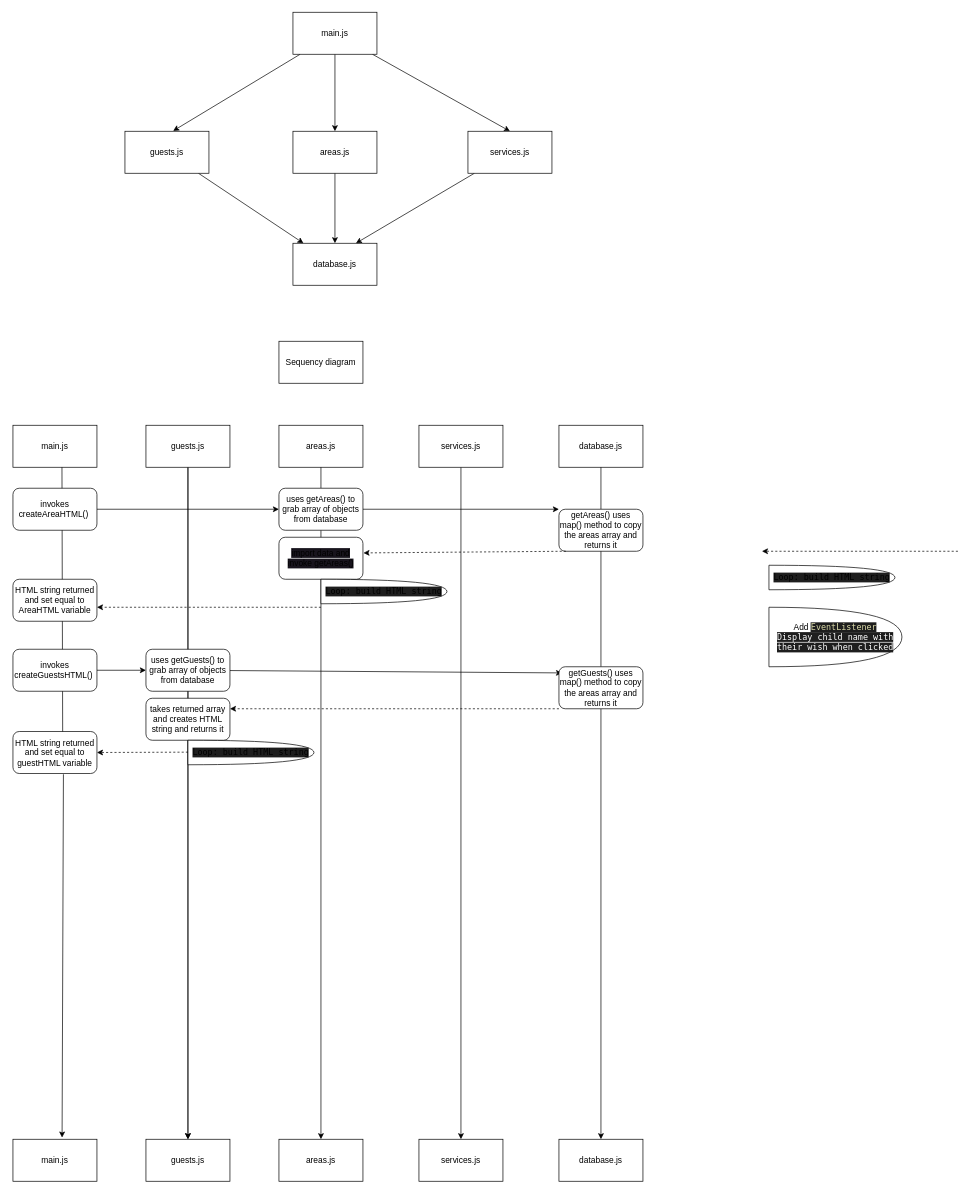
Earlier version of the draw.io diagram diagrams/sequencediagram.drawio (SeyunChung/Cider-Falls). Source tidied: cells renumbered, new cells numbered last; positions are measured from the earlier drawing's top-left corner, leaving out a move shared by most shapes. Both pictures are drawn from the tidied source at 70%, with x=0, y=0 at pixel (13, 12).
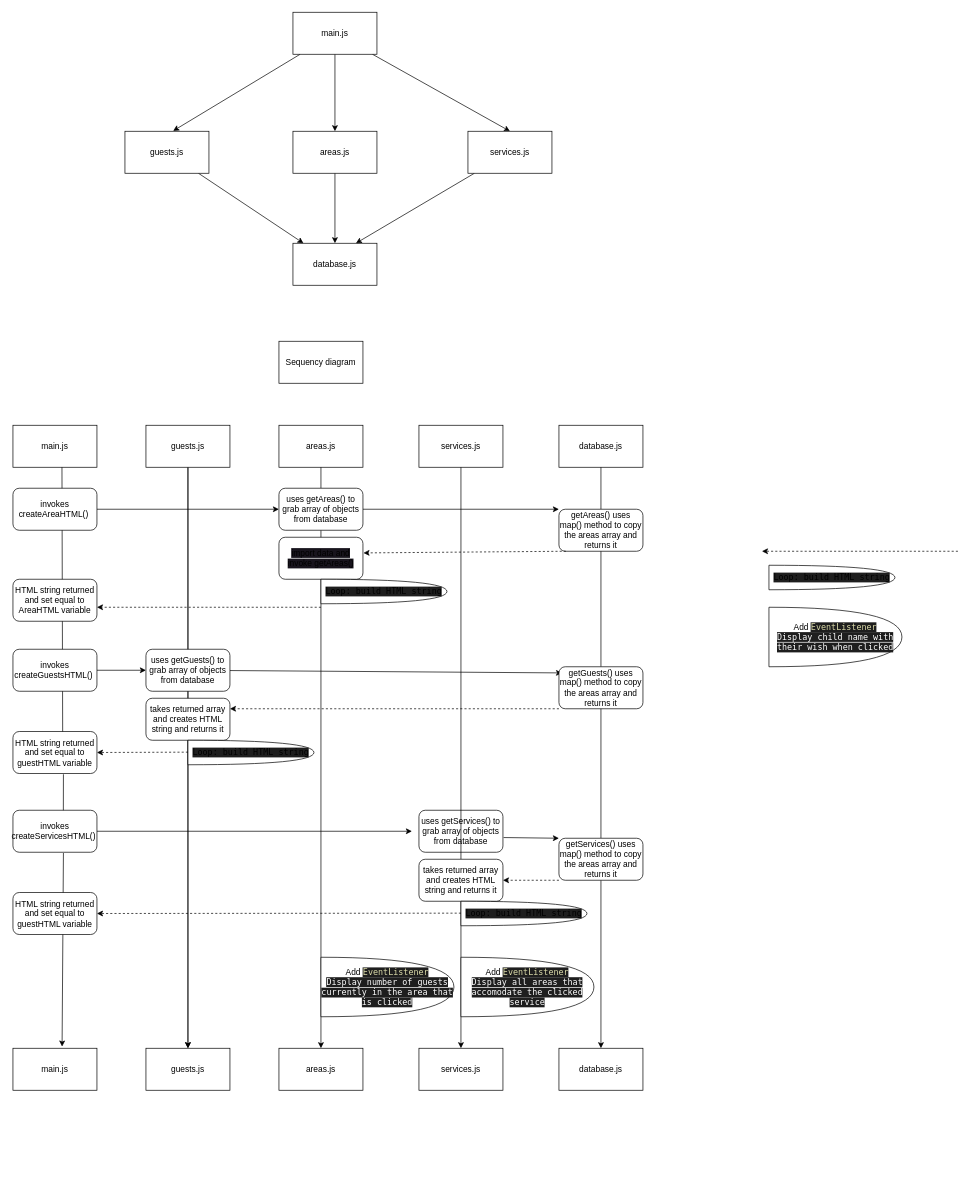
Above is the later version.

Commit message (it also covers changes not shown here):
updated database module and diagram

Unchanged cells that the change refers to:
```xml
<mxCell id="20" value="services.js" style="rounded=0;whiteSpace=wrap;html=1;" parent="1" vertex="1">
  <mxGeometry x="580" y="590" width="120" height="60" as="geometry" />
</mxCell>
<mxCell id="45" value="getGuests() uses map() method to copy the areas array and returns it" style="rounded=1;whiteSpace=wrap;html=1;" parent="1" vertex="1">
  <mxGeometry x="780" y="935" width="120" height="60" as="geometry" />
</mxCell>
<mxCell id="51" value="HTML string returned and set equal to guestHTML variable" style="rounded=1;whiteSpace=wrap;html=1;" parent="1" vertex="1">
  <mxGeometry y="1027.5" width="120" height="60" as="geometry" />
</mxCell>
```

Diff of the diagram source:
```diff
@@
-    <mxCell id="19" style="edgeStyle=none;html=1;" parent="1" edge="1" source="20" target="24">
+    <mxCell id="19" style="edgeStyle=none;html=1;startArrow=none;" parent="1" edge="1" source="65" target="24">
       <mxGeometry relative="1" as="geometry" />
     </mxCell>
@@
     <mxCell id="21" value="guests.js" style="rounded=0;whiteSpace=wrap;html=1;" parent="1" vertex="1">
-      <mxGeometry x="190" y="1610" width="120" height="60" as="geometry" />
+      <mxGeometry x="190" y="1480" width="120" height="60" as="geometry" />
     </mxCell>
     <mxCell id="22" value="main.js" style="rounded=0;whiteSpace=wrap;html=1;" parent="1" vertex="1">
-      <mxGeometry y="1610" width="120" height="60" as="geometry" />
+      <mxGeometry y="1480" width="120" height="60" as="geometry" />
     </mxCell>
     <mxCell id="23" value="areas.js" style="rounded=0;whiteSpace=wrap;html=1;" parent="1" vertex="1">
-      <mxGeometry x="380" y="1610" width="120" height="60" as="geometry" />
+      <mxGeometry x="380" y="1480" width="120" height="60" as="geometry" />
     </mxCell>
     <mxCell id="24" value="services.js" style="rounded=0;whiteSpace=wrap;html=1;" parent="1" vertex="1">
-      <mxGeometry x="580" y="1610" width="120" height="60" as="geometry" />
+      <mxGeometry x="580" y="1480" width="120" height="60" as="geometry" />
     </mxCell>
     <mxCell id="25" value="database.js" style="rounded=0;whiteSpace=wrap;html=1;" parent="1" vertex="1">
-      <mxGeometry x="780" y="1610" width="120" height="60" as="geometry" />
+      <mxGeometry x="780" y="1480" width="120" height="60" as="geometry" />
     </mxCell>
-    <mxCell id="26" style="edgeStyle=none;html=1;entryX=0.5;entryY=0;entryDx=0;entryDy=0;startArrow=none;" parent="1" edge="1" source="45" target="25">
+    <mxCell id="26" style="edgeStyle=none;html=1;entryX=0.5;entryY=0;entryDx=0;entryDy=0;startArrow=none;" parent="1" edge="1" source="63" target="25">
       <mxGeometry relative="1" as="geometry" />
     </mxCell>
@@
-    <mxCell id="50" style="edgeStyle=none;html=1;entryX=0.585;entryY=-0.04;entryDx=0;entryDy=0;entryPerimeter=0;exitX=0.601;exitY=1.018;exitDx=0;exitDy=0;exitPerimeter=0;" parent="1" edge="1" source="51" target="22">
+    <mxCell id="50" style="edgeStyle=none;html=1;entryX=0.585;entryY=-0.04;entryDx=0;entryDy=0;entryPerimeter=0;exitX=0.601;exitY=1.018;exitDx=0;exitDy=0;exitPerimeter=0;startArrow=none;" parent="1" edge="1" source="59" target="22">
       <mxGeometry relative="1" as="geometry" />
     </mxCell>
@@
+    <mxCell id="57" style="edgeStyle=none;html=1;entryX=0.6;entryY=0.05;entryDx=0;entryDy=0;entryPerimeter=0;exitX=0.601;exitY=1.018;exitDx=0;exitDy=0;exitPerimeter=0;endArrow=none;" parent="1" edge="1" source="51" target="59">
+      <mxGeometry relative="1" as="geometry" />
+    </mxCell>
+    <mxCell id="58" style="edgeStyle=none;html=1;" parent="1" edge="1" source="59">
+      <mxGeometry relative="1" as="geometry">
+        <mxPoint x="570" y="1170" as="targetPoint" />
+      </mxGeometry>
+    </mxCell>
+    <mxCell id="59" value="invokes createServicesHTML()&amp;nbsp;" style="rounded=1;whiteSpace=wrap;html=1;" parent="1" vertex="1">
+      <mxGeometry y="1140" width="120" height="60" as="geometry" />
+    </mxCell>
+    <mxCell id="60" style="edgeStyle=none;html=1;exitX=1.008;exitY=0.65;exitDx=0;exitDy=0;exitPerimeter=0;entryX=0;entryY=0;entryDx=0;entryDy=0;" parent="1" edge="1" source="61" target="63">
+      <mxGeometry relative="1" as="geometry" />
+    </mxCell>
+    <mxCell id="61" value="uses getServices() to grab array of objects from database" style="rounded=1;whiteSpace=wrap;html=1;" parent="1" vertex="1">
+      <mxGeometry x="580" y="1140" width="120" height="60" as="geometry" />
+    </mxCell>
+    <mxCell id="62" style="edgeStyle=none;html=1;entryX=0.5;entryY=0;entryDx=0;entryDy=0;startArrow=none;endArrow=none;" parent="1" edge="1" source="45" target="63">
+      <mxGeometry relative="1" as="geometry" />
+    </mxCell>
+    <mxCell id="63" value="getServices() uses map() method to copy the areas array and returns it" style="rounded=1;whiteSpace=wrap;html=1;" parent="1" vertex="1">
+      <mxGeometry x="780" y="1180" width="120" height="60" as="geometry" />
+    </mxCell>
+    <mxCell id="64" style="edgeStyle=none;html=1;endArrow=none;" parent="1" edge="1" source="20" target="65">
+      <mxGeometry relative="1" as="geometry" />
+    </mxCell>
+    <mxCell id="65" value="takes returned array and creates HTML string and returns it" style="rounded=1;whiteSpace=wrap;html=1;" parent="1" vertex="1">
+      <mxGeometry x="580" y="1210" width="120" height="60" as="geometry" />
+    </mxCell>
+    <mxCell id="66" style="endArrow=classic;dashed=1;html=1;exitX=0;exitY=1;exitDx=0;exitDy=0;entryX=1;entryY=0.5;entryDx=0;entryDy=0;" parent="1" edge="1" source="63" target="65">
+      <mxGeometry relative="1" as="geometry" />
+    </mxCell>
+    <mxCell id="67" value="&lt;span style=&quot;background-color: rgb(30, 30, 30); font-family: Menlo, Monaco, &amp;quot;Courier New&amp;quot;, monospace;&quot;&gt;Loop: build HTML string&lt;br&gt;&lt;/span&gt;" style="shape=or;whiteSpace=wrap;html=1;" parent="1" vertex="1">
+      <mxGeometry x="640" y="1270" width="180" height="35" as="geometry" />
+    </mxCell>
+    <mxCell id="68" value="HTML string returned and set equal to guestHTML variable" style="rounded=1;whiteSpace=wrap;html=1;" parent="1" vertex="1">
+      <mxGeometry y="1257.5" width="120" height="60" as="geometry" />
+    </mxCell>
+    <mxCell id="69" style="endArrow=classic;dashed=1;html=1;entryX=1;entryY=0.5;entryDx=0;entryDy=0;" parent="1" edge="1" target="68">
+      <mxGeometry relative="1" as="geometry">
+        <mxPoint x="640" y="1287" as="sourcePoint" />
+      </mxGeometry>
+    </mxCell>
+    <mxCell id="70" value="Add&amp;nbsp;&lt;span style=&quot;background-color: rgb(30, 30, 30); font-family: Menlo, Monaco, &amp;quot;Courier New&amp;quot;, monospace;&quot;&gt;&lt;font color=&quot;#dcdcaa&quot;&gt;EventListener&lt;/font&gt;&lt;br&gt;&lt;font color=&quot;#ffffff&quot;&gt;Display number of guests currently in the area that is clicked&lt;/font&gt;&lt;br&gt;&lt;/span&gt;" style="shape=or;whiteSpace=wrap;html=1;" parent="1" vertex="1">
+      <mxGeometry x="440" y="1350" width="190" height="85" as="geometry" />
+    </mxCell>
+    <mxCell id="71" value="Add&amp;nbsp;&lt;span style=&quot;background-color: rgb(30, 30, 30); font-family: Menlo, Monaco, &amp;quot;Courier New&amp;quot;, monospace;&quot;&gt;&lt;font color=&quot;#dcdcaa&quot;&gt;EventListener&lt;/font&gt;&lt;br&gt;&lt;font color=&quot;#ffffff&quot;&gt;Display all areas that accomodate the clicked service&lt;/font&gt;&lt;br&gt;&lt;/span&gt;" style="shape=or;whiteSpace=wrap;html=1;" parent="1" vertex="1">
+      <mxGeometry x="640" y="1350" width="190" height="85" as="geometry" />
+    </mxCell>
```
